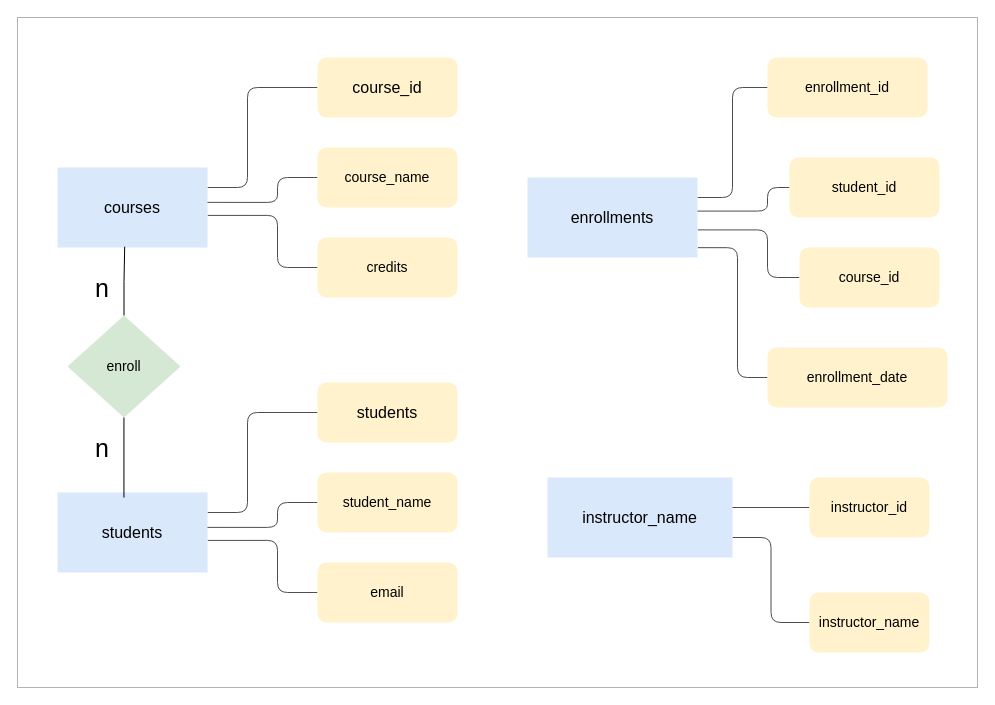
Earlier version of the draw.io diagram page "Page-8" (8 of 11) of assets/drawio-files/all-things-data.drawio (joseeden/joeden). Source tidied: cells renumbered, new cells numbered last; positions are measured from the earlier drawing's top-left corner, leaving out a move shared by most shapes. Both pictures are drawn from the tidied source at 100%, with x=0, y=0 at pixel (17, 17).
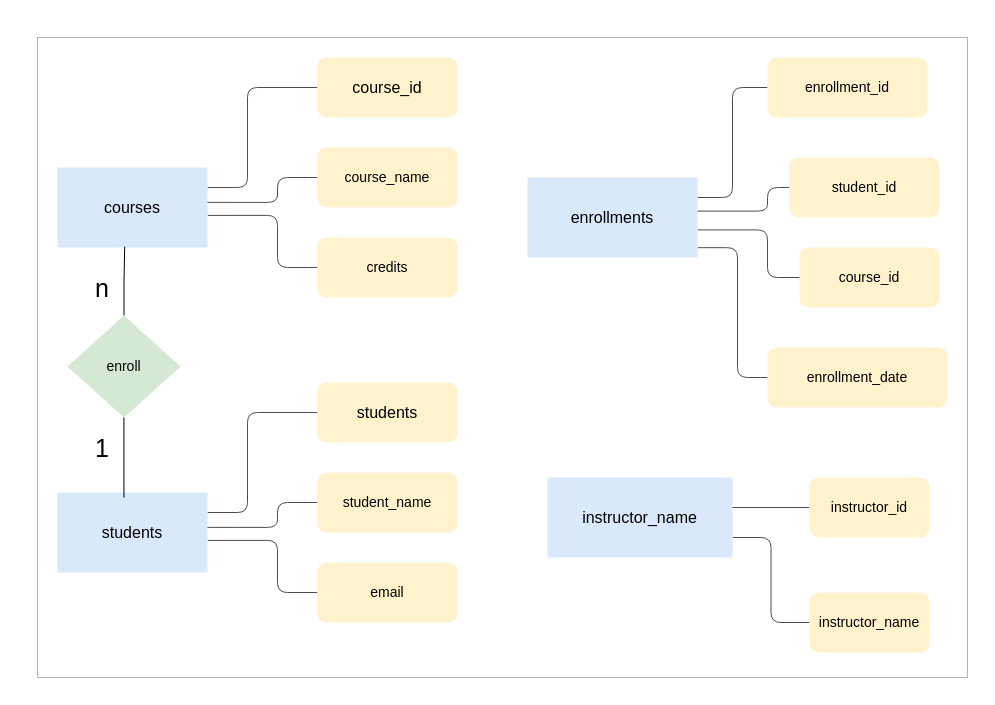
Above is the later version.

Change to the diagram source:
```diff
@@
     <mxCell id="2" style="rounded=0;whiteSpace=wrap;html=1;strokeColor=#B3B3B3;fontSize=16;fillColor=none;" parent="1" vertex="1">
-      <mxGeometry width="960" height="670" as="geometry" />
+      <mxGeometry x="20" y="20" width="930" height="640" as="geometry" />
     </mxCell>
@@
-    <mxCell id="34" value="&lt;font style=&quot;font-size: 25px;&quot;&gt;n&lt;/font&gt;" style="rounded=1;whiteSpace=wrap;html=1;strokeColor=none;fillColor=none;" parent="1" vertex="1">
+    <mxCell id="34" value="&lt;font style=&quot;font-size: 25px;&quot;&gt;1&lt;/font&gt;" style="rounded=1;whiteSpace=wrap;html=1;strokeColor=none;fillColor=none;" parent="1" vertex="1">
       <mxGeometry x="60" y="410" width="50" height="40" as="geometry" />
     </mxCell>
```
